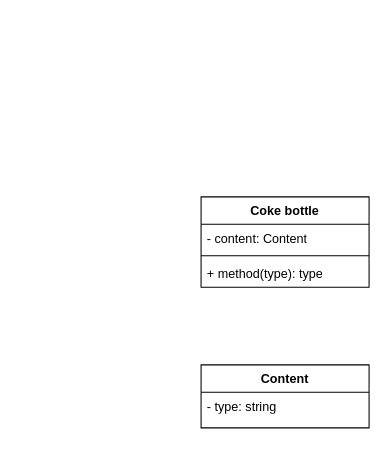
Above: Diagram UML.drawio in kwaadrat/UML-Diagrams (draw.io), before the change. Source tidied: cells renumbered, new cells numbered last; positions are measured from the earlier drawing's top-left corner, leaving out a move shared by most shapes. Both pictures are drawn from the tidied source at 105%, with x=0, y=0 at pixel (201, 196).
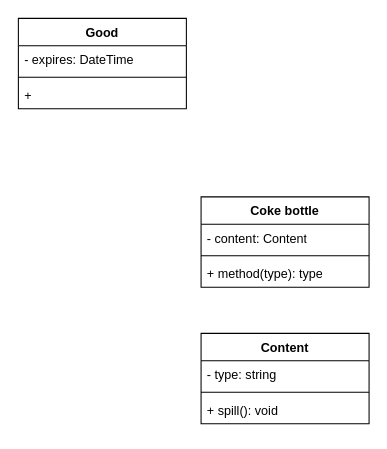
The same page after the edit.

Change to the diagram source:
```diff
@@
 <mxGraphModel>
   <root>
     <mxCell id="0" />
     <mxCell id="1" parent="0" />
     <mxCell id="2" value="Coke bottle" style="swimlane;fontStyle=1;align=center;verticalAlign=top;horizontal=1;startSize=26;whiteSpace=wrap;html=1;" parent="1" vertex="1">
       <mxGeometry width="160" height="86" as="geometry" />
     </mxCell>
     <mxCell id="3" value="- content: Content" style="text;strokeColor=none;fillColor=none;align=left;verticalAlign=top;spacingLeft=4;spacingRight=4;overflow=hidden;whiteSpace=wrap;html=1;" parent="2" vertex="1">
       <mxGeometry y="26" width="160" height="26" as="geometry" />
     </mxCell>
     <mxCell id="4" style="line;strokeWidth=1;fillColor=none;align=left;verticalAlign=middle;spacingTop=-1;spacingLeft=3;spacingRight=3;labelPosition=right;strokeColor=inherit;" parent="2" vertex="1">
       <mxGeometry y="52" width="160" height="8" as="geometry" />
     </mxCell>
     <mxCell id="5" value="+ method(type): type" style="text;strokeColor=none;fillColor=none;align=left;verticalAlign=top;spacingLeft=4;spacingRight=4;overflow=hidden;whiteSpace=wrap;html=1;" parent="2" vertex="1">
       <mxGeometry y="60" width="160" height="26" as="geometry" />
     </mxCell>
+    <mxCell id="8" value="Good" style="swimlane;fontStyle=1;align=center;verticalAlign=top;horizontal=1;startSize=26;whiteSpace=wrap;html=1;" parent="1" vertex="1">
+      <mxGeometry x="-174" y="-170" width="160" height="86" as="geometry" />
+    </mxCell>
+    <mxCell id="9" value="- expires: DateTime" style="text;strokeColor=none;fillColor=none;align=left;verticalAlign=top;spacingLeft=4;spacingRight=4;overflow=hidden;whiteSpace=wrap;html=1;" parent="8" vertex="1">
+      <mxGeometry y="26" width="160" height="26" as="geometry" />
+    </mxCell>
+    <mxCell id="10" style="line;strokeWidth=1;fillColor=none;align=left;verticalAlign=middle;spacingTop=-1;spacingLeft=3;spacingRight=3;labelPosition=right;strokeColor=inherit;" parent="8" vertex="1">
+      <mxGeometry y="52" width="160" height="8" as="geometry" />
+    </mxCell>
+    <mxCell id="11" value="+&amp;nbsp;" style="text;strokeColor=none;fillColor=none;align=left;verticalAlign=top;spacingLeft=4;spacingRight=4;overflow=hidden;whiteSpace=wrap;html=1;" parent="8" vertex="1">
+      <mxGeometry y="60" width="160" height="26" as="geometry" />
+    </mxCell>
     <mxCell id="6" value="Content" style="swimlane;fontStyle=1;align=center;verticalAlign=top;horizontal=1;startSize=26;whiteSpace=wrap;html=1;" parent="1" vertex="1">
-      <mxGeometry y="160" width="160" height="60" as="geometry" />
+      <mxGeometry y="130" width="160" height="86" as="geometry" />
     </mxCell>
     <mxCell id="7" value="- type: string" style="text;strokeColor=none;fillColor=none;align=left;verticalAlign=top;spacingLeft=4;spacingRight=4;overflow=hidden;whiteSpace=wrap;html=1;" parent="6" vertex="1">
-      <mxGeometry y="26" width="160" height="34" as="geometry" />
+      <mxGeometry y="26" width="160" height="26" as="geometry" />
     </mxCell>
+    <mxCell id="12" style="line;strokeWidth=1;fillColor=none;align=left;verticalAlign=middle;spacingTop=-1;spacingLeft=3;spacingRight=3;labelPosition=right;strokeColor=inherit;" parent="6" vertex="1">
+      <mxGeometry y="52" width="160" height="8" as="geometry" />
+    </mxCell>
+    <mxCell id="13" value="+ spill(): void" style="text;strokeColor=none;fillColor=none;align=left;verticalAlign=top;spacingLeft=4;spacingRight=4;overflow=hidden;whiteSpace=wrap;html=1;" parent="6" vertex="1">
+      <mxGeometry y="60" width="160" height="26" as="geometry" />
+    </mxCell>
   </root>
 </mxGraphModel>
```
